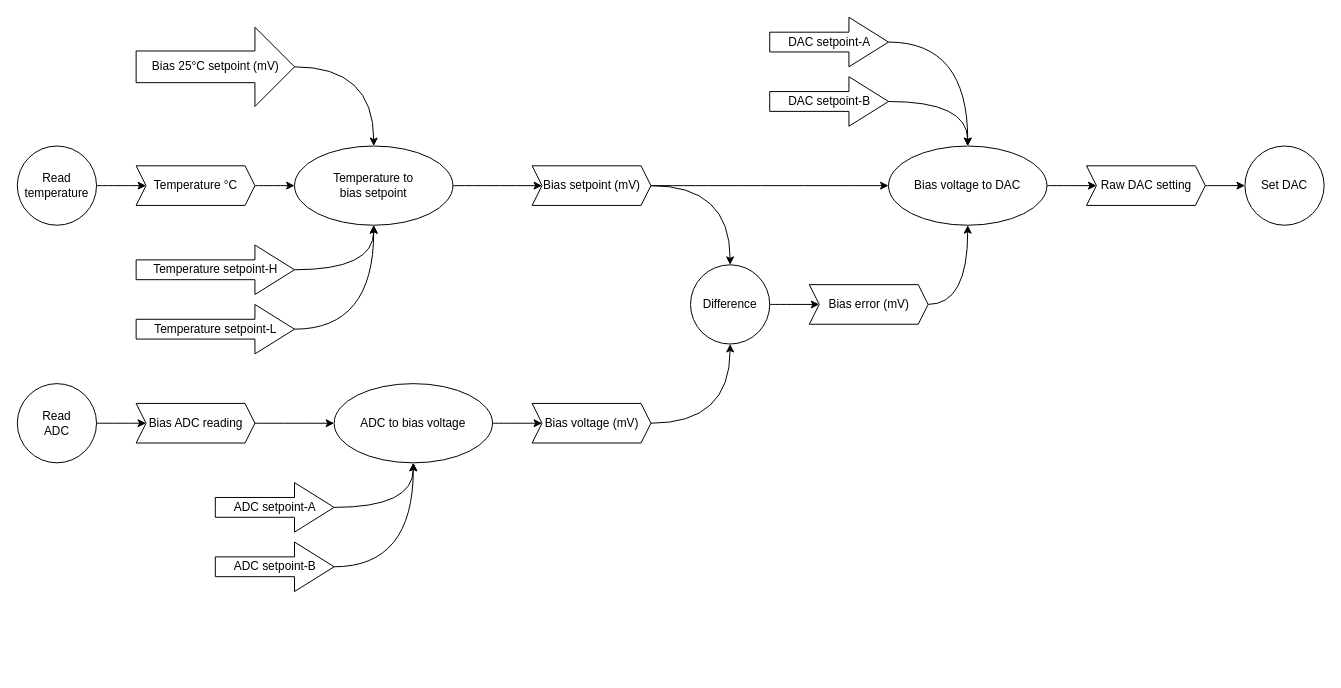
anol/AL_explore_V71 keeps this draw.io diagram as doc/Bias Voltage Control.drawio. Above is the earlier version. Source tidied: cells renumbered, new cells numbered last; positions are measured from the earlier drawing's top-left corner, leaving out a move shared by most shapes. Both pictures are drawn from the tidied source at 99%, with x=0, y=0 at pixel (17, 17).
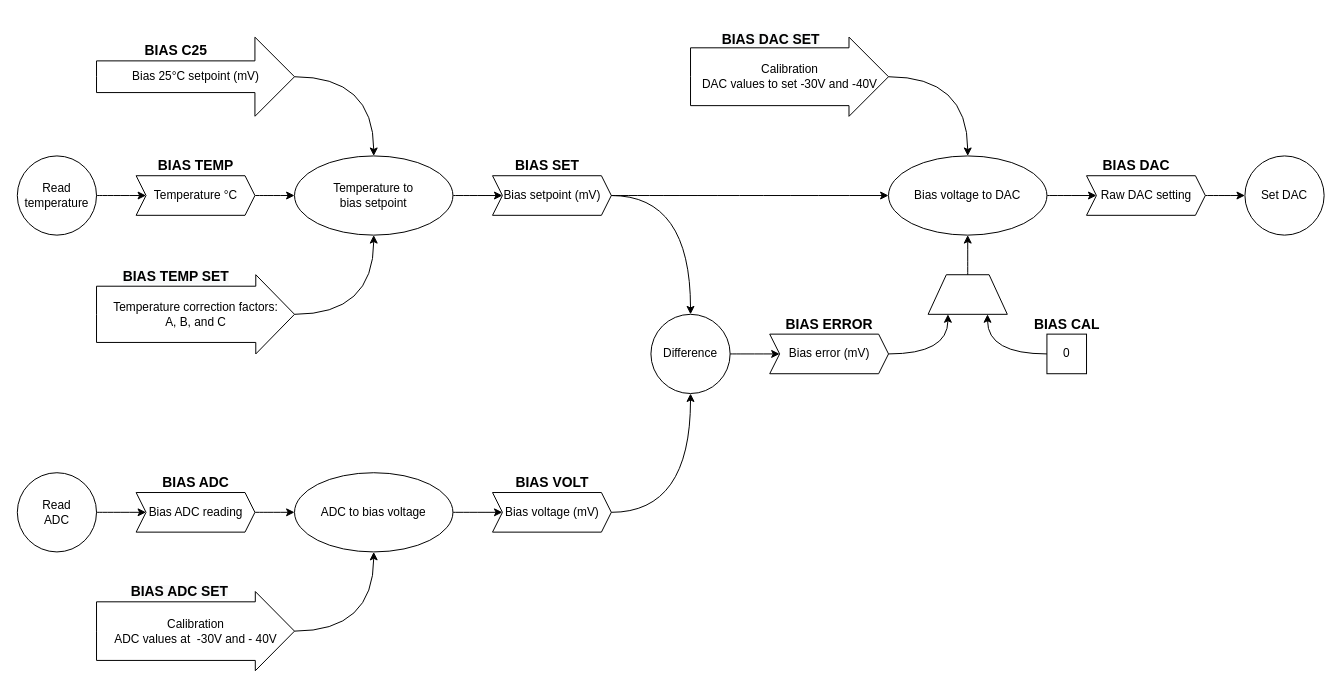
The same diagram, later.

Change to the diagram source:
```diff
@@
     <mxCell id="2" value="Bias 25°C setpoint (mV)" style="html=1;shadow=0;dashed=0;align=center;verticalAlign=middle;shape=mxgraph.arrows2.arrow;dy=0.6;dx=40;notch=0;" parent="1" vertex="1">
-      <mxGeometry x="120" y="10" width="160" height="80" as="geometry" />
+      <mxGeometry x="80" y="20" width="200" height="80" as="geometry" />
     </mxCell>
-    <mxCell id="3" value="DAC setpoint-A" style="html=1;shadow=0;dashed=0;align=center;verticalAlign=middle;shape=mxgraph.arrows2.arrow;dy=0.6;dx=40;notch=0;" parent="1" vertex="1">
-      <mxGeometry x="760" width="120" height="50" as="geometry" />
-    </mxCell>
-    <mxCell id="4" value="Temperature setpoint-H" style="html=1;shadow=0;dashed=0;align=center;verticalAlign=middle;shape=mxgraph.arrows2.arrow;dy=0.6;dx=40;notch=0;" parent="1" vertex="1">
-      <mxGeometry x="120" y="230" width="160" height="50" as="geometry" />
+    <mxCell id="4" value="Temperature correction factors:&lt;br&gt;A, B, and C" style="html=1;shadow=0;dashed=0;align=center;verticalAlign=middle;shape=mxgraph.arrows2.arrow;dy=0.29;dx=39.13;notch=0;" parent="1" vertex="1">
+      <mxGeometry x="80" y="260" width="200" height="80" as="geometry" />
     </mxCell>
-    <mxCell id="5" value="DAC setpoint-B" style="html=1;shadow=0;dashed=0;align=center;verticalAlign=middle;shape=mxgraph.arrows2.arrow;dy=0.6;dx=40;notch=0;" parent="1" vertex="1">
-      <mxGeometry x="760" y="60" width="120" height="50" as="geometry" />
+    <mxCell id="5" value="Calibration&lt;br&gt;DAC values to set -30V and -40V" style="html=1;shadow=0;dashed=0;align=center;verticalAlign=middle;shape=mxgraph.arrows2.arrow;dy=0.27;dx=39.94;notch=0;" parent="1" vertex="1">
+      <mxGeometry x="680" y="20" width="200" height="80" as="geometry" />
     </mxCell>
-    <mxCell id="6" value="Temperature setpoint-L" style="html=1;shadow=0;dashed=0;align=center;verticalAlign=middle;shape=mxgraph.arrows2.arrow;dy=0.6;dx=40;notch=0;" parent="1" vertex="1">
-      <mxGeometry x="120" y="290" width="160" height="50" as="geometry" />
-    </mxCell>
-    <mxCell id="7" value="ADC setpoint-A" style="html=1;shadow=0;dashed=0;align=center;verticalAlign=middle;shape=mxgraph.arrows2.arrow;dy=0.6;dx=40;notch=0;" parent="1" vertex="1">
-      <mxGeometry x="200" y="470" width="120" height="50" as="geometry" />
+    <mxCell id="7" value="Calibration&lt;br&gt;ADC values at&amp;nbsp; -30V and - 40V" style="html=1;shadow=0;dashed=0;align=center;verticalAlign=middle;shape=mxgraph.arrows2.arrow;dy=0.26;dx=39.61;notch=0;" parent="1" vertex="1">
+      <mxGeometry x="80" y="580" width="200" height="80" as="geometry" />
     </mxCell>
-    <mxCell id="8" value="ADC setpoint-B" style="html=1;shadow=0;dashed=0;align=center;verticalAlign=middle;shape=mxgraph.arrows2.arrow;dy=0.6;dx=40;notch=0;" parent="1" vertex="1">
-      <mxGeometry x="200" y="530" width="120" height="50" as="geometry" />
-    </mxCell>
     <mxCell id="9" value="Temperature to&lt;br&gt;bias setpoint" style="ellipse;whiteSpace=wrap;html=1;" parent="1" vertex="1">
-      <mxGeometry x="280" y="130" width="160" height="80" as="geometry" />
+      <mxGeometry x="280" y="140" width="160" height="80" as="geometry" />
     </mxCell>
@@
     <mxCell id="12" value="Bias setpoint (mV)" style="html=1;shadow=0;dashed=0;align=center;verticalAlign=middle;shape=mxgraph.arrows2.arrow;dy=0;dx=10;notch=10;" parent="1" vertex="1">
-      <mxGeometry x="520" y="150" width="120" height="40" as="geometry" />
+      <mxGeometry x="480" y="160" width="120" height="40" as="geometry" />
     </mxCell>
@@
     <mxCell id="14" value="Bias ADC reading" style="html=1;shadow=0;dashed=0;align=center;verticalAlign=middle;shape=mxgraph.arrows2.arrow;dy=0;dx=10;notch=10;" parent="1" vertex="1">
-      <mxGeometry x="120" y="390" width="120" height="40" as="geometry" />
+      <mxGeometry x="120" y="480" width="120" height="40" as="geometry" />
     </mxCell>
     <mxCell id="15" value="Temperature °C" style="html=1;shadow=0;dashed=0;align=center;verticalAlign=middle;shape=mxgraph.arrows2.arrow;dy=0;dx=10;notch=10;" parent="1" vertex="1">
-      <mxGeometry x="120" y="150" width="120" height="40" as="geometry" />
+      <mxGeometry x="120" y="160" width="120" height="40" as="geometry" />
     </mxCell>
     <mxCell id="16" value="ADC to bias voltage" style="ellipse;whiteSpace=wrap;html=1;" parent="1" vertex="1">
-      <mxGeometry x="320" y="370" width="160" height="80" as="geometry" />
+      <mxGeometry x="280" y="460" width="160" height="80" as="geometry" />
     </mxCell>
@@
     <mxCell id="18" value="Bias voltage (mV)" style="html=1;shadow=0;dashed=0;align=center;verticalAlign=middle;shape=mxgraph.arrows2.arrow;dy=0;dx=10;notch=10;" parent="1" vertex="1">
-      <mxGeometry x="520" y="390" width="120" height="40" as="geometry" />
+      <mxGeometry x="480" y="480" width="120" height="40" as="geometry" />
     </mxCell>
@@
     <mxCell id="20" value="Read&lt;br&gt;temperature" style="ellipse;whiteSpace=wrap;html=1;" parent="1" vertex="1">
-      <mxGeometry y="130" width="80" height="80" as="geometry" />
+      <mxGeometry y="140" width="80" height="80" as="geometry" />
     </mxCell>
     <mxCell id="21" value="Read&lt;br&gt;ADC" style="ellipse;whiteSpace=wrap;html=1;" parent="1" vertex="1">
-      <mxGeometry y="370" width="80" height="80" as="geometry" />
+      <mxGeometry y="460" width="80" height="80" as="geometry" />
     </mxCell>
@@
     <mxCell id="24" value="Bias voltage to DAC" style="ellipse;whiteSpace=wrap;html=1;" parent="1" vertex="1">
-      <mxGeometry x="880" y="130" width="160" height="80" as="geometry" />
+      <mxGeometry x="880" y="140" width="160" height="80" as="geometry" />
     </mxCell>
@@
     <mxCell id="26" value="Set DAC" style="ellipse;whiteSpace=wrap;html=1;" parent="1" vertex="1">
-      <mxGeometry x="1240" y="130" width="80" height="80" as="geometry" />
+      <mxGeometry x="1240" y="140" width="80" height="80" as="geometry" />
     </mxCell>
@@
-    <mxCell id="29" style="endArrow=classic;html=1;rounded=0;exitX=1;exitY=0.5;exitDx=0;exitDy=0;exitPerimeter=0;entryX=0.5;entryY=0;entryDx=0;entryDy=0;edgeStyle=orthogonalEdgeStyle;curved=1;" parent="1" edge="1" source="3" target="24">
-      <mxGeometry relative="1" as="geometry" />
-    </mxCell>
     <mxCell id="30" value="Difference" style="ellipse;whiteSpace=wrap;html=1;" parent="1" vertex="1">
-      <mxGeometry x="680" y="250" width="80" height="80" as="geometry" />
+      <mxGeometry x="640" y="300" width="80" height="80" as="geometry" />
     </mxCell>
@@
     <mxCell id="33" value="Bias error (mV)" style="html=1;shadow=0;dashed=0;align=center;verticalAlign=middle;shape=mxgraph.arrows2.arrow;dy=0;dx=10;notch=10;" parent="1" vertex="1">
-      <mxGeometry x="800" y="270" width="120" height="40" as="geometry" />
+      <mxGeometry x="760" y="320" width="120" height="40" as="geometry" />
     </mxCell>
@@
-    <mxCell id="35" style="endArrow=classic;html=1;rounded=0;exitX=1;exitY=0.5;exitDx=0;exitDy=0;exitPerimeter=0;edgeStyle=orthogonalEdgeStyle;curved=1;entryX=0.5;entryY=1;entryDx=0;entryDy=0;" parent="1" edge="1" source="33" target="24">
+    <mxCell id="35" style="endArrow=classic;html=1;rounded=0;exitX=1;exitY=0.5;exitDx=0;exitDy=0;exitPerimeter=0;edgeStyle=orthogonalEdgeStyle;curved=1;entryX=0.75;entryY=0;entryDx=0;entryDy=0;" parent="1" edge="1" source="33" target="42">
       <mxGeometry relative="1" as="geometry" />
     </mxCell>
@@
-    <mxCell id="37" style="endArrow=classic;html=1;rounded=0;exitX=1;exitY=0.5;exitDx=0;exitDy=0;entryX=0.5;entryY=1;entryDx=0;entryDy=0;edgeStyle=orthogonalEdgeStyle;curved=1;exitPerimeter=0;" parent="1" edge="1" source="8" target="16">
-      <mxGeometry relative="1" as="geometry" />
-    </mxCell>
@@
-    <mxCell id="39" style="endArrow=classic;html=1;rounded=0;exitX=1;exitY=0.5;exitDx=0;exitDy=0;edgeStyle=orthogonalEdgeStyle;curved=1;exitPerimeter=0;entryX=0.5;entryY=1;entryDx=0;entryDy=0;" parent="1" edge="1" source="6" target="9">
-      <mxGeometry relative="1" as="geometry" />
-    </mxCell>
     <mxCell id="40" value="Raw DAC setting" style="html=1;shadow=0;dashed=0;align=center;verticalAlign=middle;shape=mxgraph.arrows2.arrow;dy=0;dx=10;notch=10;" parent="1" vertex="1">
-      <mxGeometry x="1080" y="150" width="120" height="40" as="geometry" />
+      <mxGeometry x="1080" y="160" width="120" height="40" as="geometry" />
     </mxCell>
@@
+    <mxCell id="42" style="verticalLabelPosition=middle;verticalAlign=middle;html=1;shape=trapezoid;perimeter=trapezoidPerimeter;whiteSpace=wrap;size=0.23;arcSize=10;flipV=1;labelPosition=center;align=center;direction=west;" parent="1" vertex="1">
+      <mxGeometry x="920" y="260" width="80" height="40" as="geometry" />
+    </mxCell>
+    <mxCell id="43" value="0" style="rounded=0;whiteSpace=wrap;html=1;" parent="1" vertex="1">
+      <mxGeometry x="1040" y="320" width="40" height="40" as="geometry" />
+    </mxCell>
+    <mxCell id="44" style="endArrow=classic;html=1;rounded=0;exitX=0;exitY=0.5;exitDx=0;exitDy=0;edgeStyle=orthogonalEdgeStyle;curved=1;entryX=0.25;entryY=0;entryDx=0;entryDy=0;" parent="1" edge="1" source="43" target="42">
+      <mxGeometry relative="1" as="geometry" />
+    </mxCell>
+    <mxCell id="45" style="endArrow=classic;html=1;rounded=0;exitX=0.5;exitY=1;exitDx=0;exitDy=0;edgeStyle=orthogonalEdgeStyle;curved=1;entryX=0.5;entryY=1;entryDx=0;entryDy=0;" parent="1" edge="1" source="42" target="24">
+      <mxGeometry relative="1" as="geometry" />
+    </mxCell>
+    <mxCell id="46" value="&lt;b&gt;&lt;font style=&quot;font-size: 14px;&quot;&gt;BIAS DAC&lt;/font&gt;&lt;/b&gt;" style="text;html=1;align=center;verticalAlign=middle;fillColor=none;strokeColor=none;rounded=0;" parent="1" vertex="1">
+      <mxGeometry x="1090" y="140" width="80" height="20" as="geometry" />
+    </mxCell>
+    <mxCell id="47" value="&lt;b&gt;&lt;font style=&quot;font-size: 14px;&quot;&gt;BIAS ADC&lt;/font&gt;&lt;/b&gt;" style="text;html=1;align=center;verticalAlign=middle;fillColor=none;strokeColor=none;rounded=0;" parent="1" vertex="1">
+      <mxGeometry x="140" y="460" width="80" height="20" as="geometry" />
+    </mxCell>
+    <mxCell id="48" value="&lt;b&gt;&lt;font style=&quot;font-size: 14px;&quot;&gt;BIAS VOLT&lt;/font&gt;&lt;/b&gt;" style="text;html=1;align=center;verticalAlign=middle;fillColor=none;strokeColor=none;rounded=0;" parent="1" vertex="1">
+      <mxGeometry x="495" y="460" width="90" height="20" as="geometry" />
+    </mxCell>
+    <mxCell id="49" value="&lt;b style=&quot;color: rgb(0, 0, 0); font-family: Helvetica; font-size: 12px; font-style: normal; font-variant-ligatures: normal; font-variant-caps: normal; letter-spacing: normal; orphans: 2; text-align: center; text-indent: 0px; text-transform: none; widows: 2; word-spacing: 0px; -webkit-text-stroke-width: 0px; background-color: rgb(248, 249, 250); text-decoration-thickness: initial; text-decoration-style: initial; text-decoration-color: initial;&quot;&gt;&lt;font style=&quot;font-size: 14px;&quot;&gt;BIAS ADC SET&lt;/font&gt;&lt;/b&gt;" style="text;whiteSpace=wrap;html=1;fontSize=14;" parent="1" vertex="1">
+      <mxGeometry x="113" y="565" width="107" height="30" as="geometry" />
+    </mxCell>
+    <mxCell id="50" value="&lt;b style=&quot;color: rgb(0, 0, 0); font-family: Helvetica; font-size: 12px; font-style: normal; font-variant-ligatures: normal; font-variant-caps: normal; letter-spacing: normal; orphans: 2; text-align: center; text-indent: 0px; text-transform: none; widows: 2; word-spacing: 0px; -webkit-text-stroke-width: 0px; background-color: rgb(248, 249, 250); text-decoration-thickness: initial; text-decoration-style: initial; text-decoration-color: initial;&quot;&gt;&lt;font style=&quot;font-size: 14px;&quot;&gt;BIAS DAC SET&lt;/font&gt;&lt;/b&gt;" style="text;whiteSpace=wrap;html=1;fontSize=14;" parent="1" vertex="1">
+      <mxGeometry x="710" y="7" width="110" height="30" as="geometry" />
+    </mxCell>
+    <mxCell id="51" value="&lt;b&gt;&lt;font style=&quot;font-size: 14px;&quot;&gt;BIAS TEMP&lt;/font&gt;&lt;/b&gt;" style="text;html=1;align=center;verticalAlign=middle;fillColor=none;strokeColor=none;rounded=0;" parent="1" vertex="1">
+      <mxGeometry x="135" y="140" width="90" height="20" as="geometry" />
+    </mxCell>
+    <mxCell id="52" value="&lt;b&gt;&lt;font style=&quot;font-size: 14px;&quot;&gt;BIAS SET&lt;/font&gt;&lt;/b&gt;" style="text;html=1;align=center;verticalAlign=middle;fillColor=none;strokeColor=none;rounded=0;" parent="1" vertex="1">
+      <mxGeometry x="495" y="140" width="80" height="20" as="geometry" />
+    </mxCell>
+    <mxCell id="53" value="&lt;b&gt;&lt;font style=&quot;font-size: 14px;&quot;&gt;BIAS ERROR&lt;/font&gt;&lt;/b&gt;" style="text;html=1;align=center;verticalAlign=middle;fillColor=none;strokeColor=none;rounded=0;" parent="1" vertex="1">
+      <mxGeometry x="770" y="300" width="100" height="20" as="geometry" />
+    </mxCell>
+    <mxCell id="54" value="&lt;b&gt;&lt;font style=&quot;font-size: 14px;&quot;&gt;BIAS CAL&lt;/font&gt;&lt;/b&gt;" style="text;html=1;align=center;verticalAlign=middle;fillColor=none;strokeColor=none;rounded=0;" parent="1" vertex="1">
+      <mxGeometry x="1020" y="300" width="80" height="20" as="geometry" />
+    </mxCell>
+    <mxCell id="55" value="&lt;b&gt;&lt;font style=&quot;font-size: 14px;&quot;&gt;BIAS C25&lt;/font&gt;&lt;/b&gt;" style="text;html=1;align=center;verticalAlign=middle;fillColor=none;strokeColor=none;rounded=0;" parent="1" vertex="1">
+      <mxGeometry x="120" y="24" width="80" height="20" as="geometry" />
+    </mxCell>
+    <mxCell id="56" value="&lt;b style=&quot;color: rgb(0, 0, 0); font-family: Helvetica; font-size: 12px; font-style: normal; font-variant-ligatures: normal; font-variant-caps: normal; letter-spacing: normal; orphans: 2; text-align: center; text-indent: 0px; text-transform: none; widows: 2; word-spacing: 0px; -webkit-text-stroke-width: 0px; background-color: rgb(248, 249, 250); text-decoration-thickness: initial; text-decoration-style: initial; text-decoration-color: initial;&quot;&gt;&lt;font style=&quot;font-size: 14px;&quot;&gt;BIAS TEMP SET&lt;/font&gt;&lt;/b&gt;" style="text;whiteSpace=wrap;html=1;fontSize=14;" parent="1" vertex="1">
+      <mxGeometry x="105" y="247" width="120" height="30" as="geometry" />
+    </mxCell>
```
